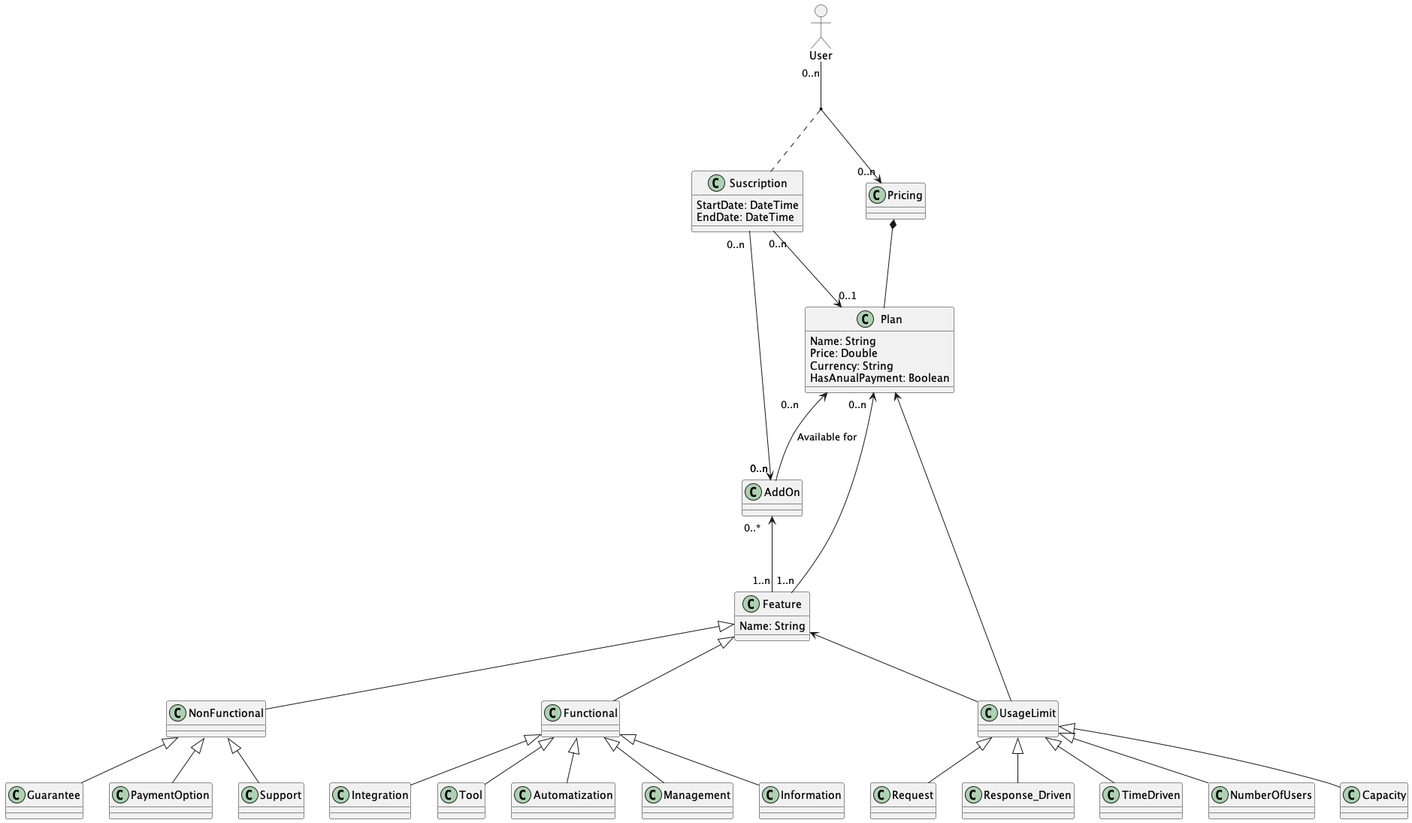
Earlier version of the PlantUML export model/diagrams/6-24_10_2023.png (isa-group/Pricing4SaaS). Its diagram source:
```plantuml
@startuml 24_10_2023

mix_actor User

User "0..n"-->"0..n"Pricing
(User, Pricing) .. Suscription

Pricing *-- Plan

Suscription "0..n"-->"0..1"Plan
Suscription "0..n"-->"0..n"AddOn

Plan "0..n"<--"1..n" Feature
AddOn "0..*"<--"1..n" Feature

Plan "0..n"<--"0..n" AddOn : Available for

Feature <|-- Functional
Feature <|-- NonFunctional

Functional <|-- Information
Functional <|-- Integration
Functional <|-- Tool
Functional <|-- Automatization
Functional <|-- Management

NonFunctional <|-- Guarantee
NonFunctional <|-- PaymentOption
NonFunctional <|-- Support

Feature <-- UsageLimit
Plan <-- UsageLimit

UsageLimit <|-- Capacity
UsageLimit <|-- Request
UsageLimit <|-- Response_Driven
UsageLimit <|-- TimeDriven
UsageLimit <|-- NumberOfUsers

class Plan{
Name: String
Price: Double
Currency: String
HasAnualPayment: Boolean
}

class Feature{
Name: String
}

class Suscription{
StartDate: DateTime
EndDate: DateTime
}

@enduml
```
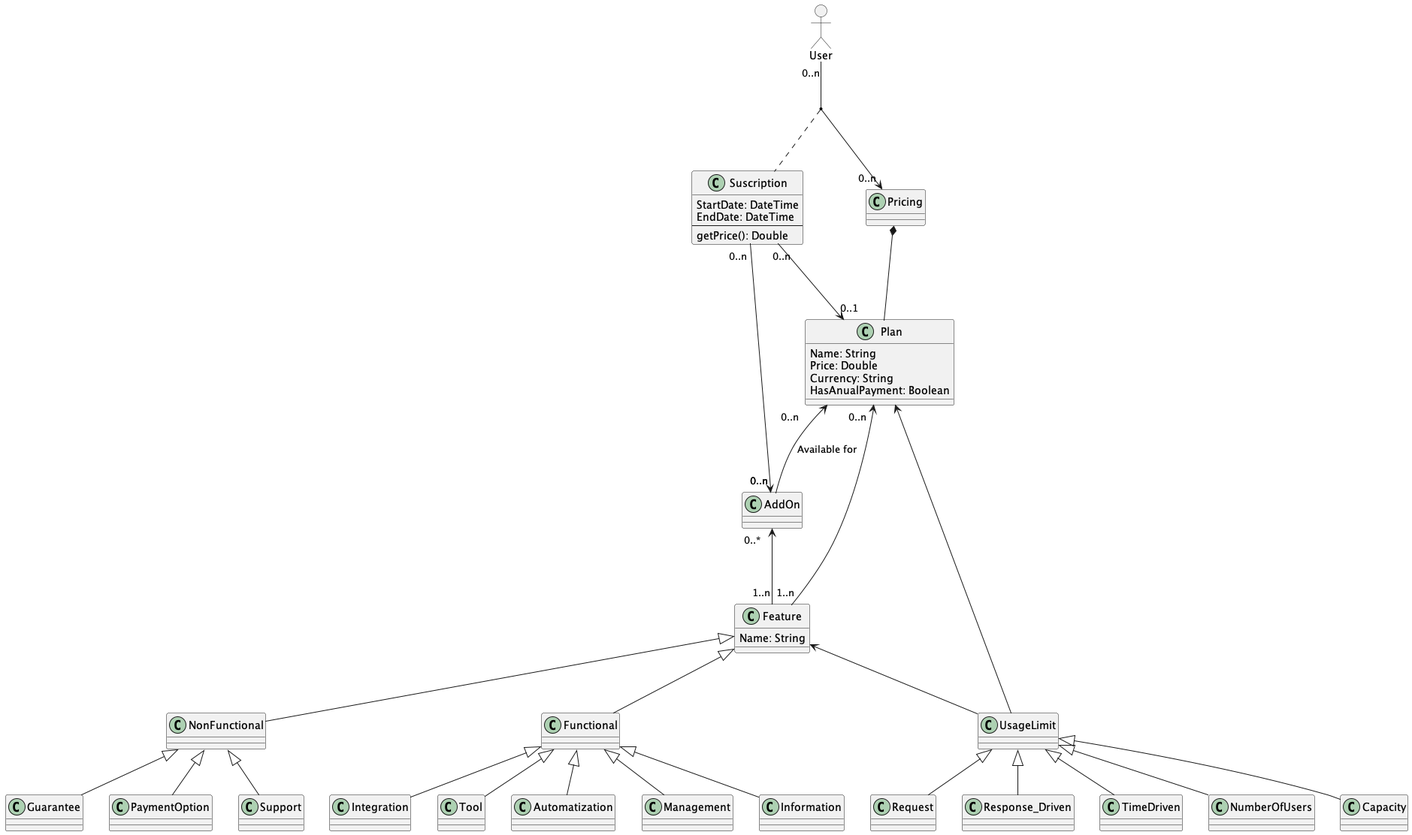
After the change.

Commit message:
FIX: ADDED MISSING METHOD TO SUSCRIPTION

The edit, as a diff of the source:
```diff
@@ -51,6 +51,8 @@
 class Suscription{
 StartDate: DateTime
 EndDate: DateTime
+--
+getPrice(): Double
 }
 
 @enduml
```
